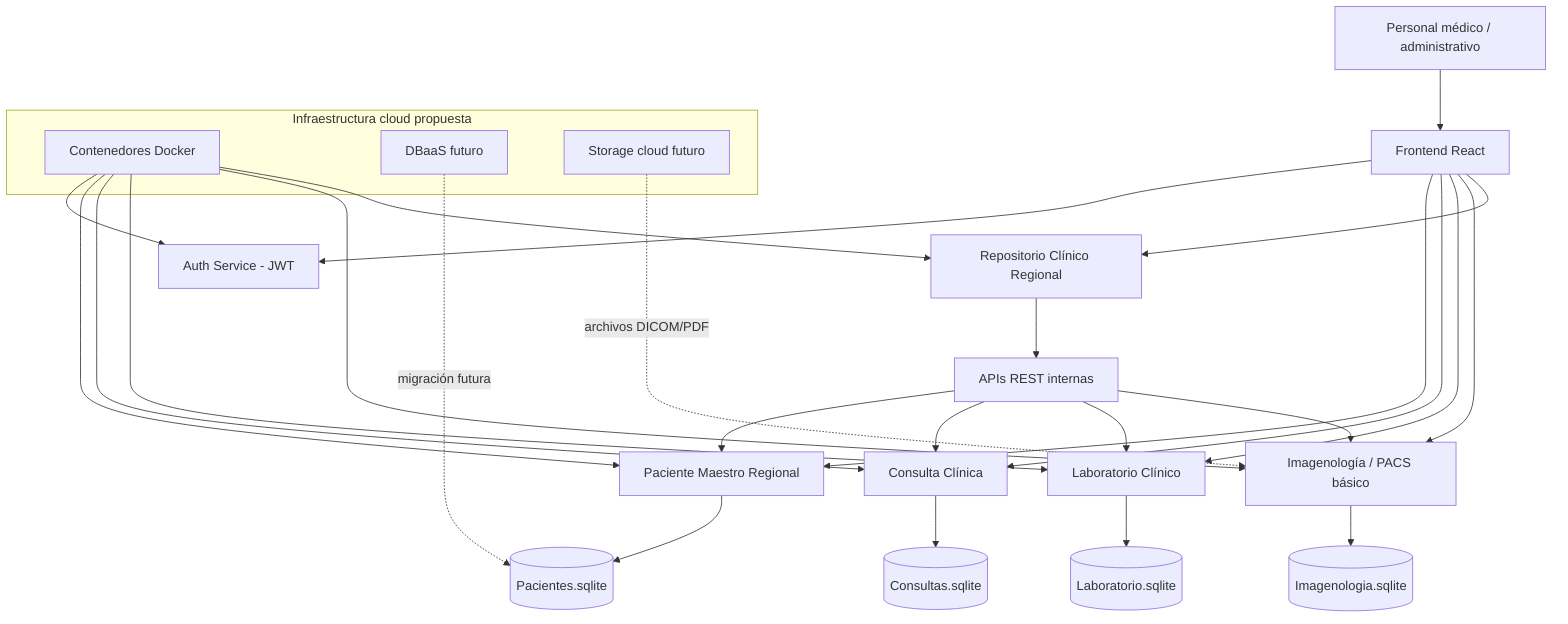
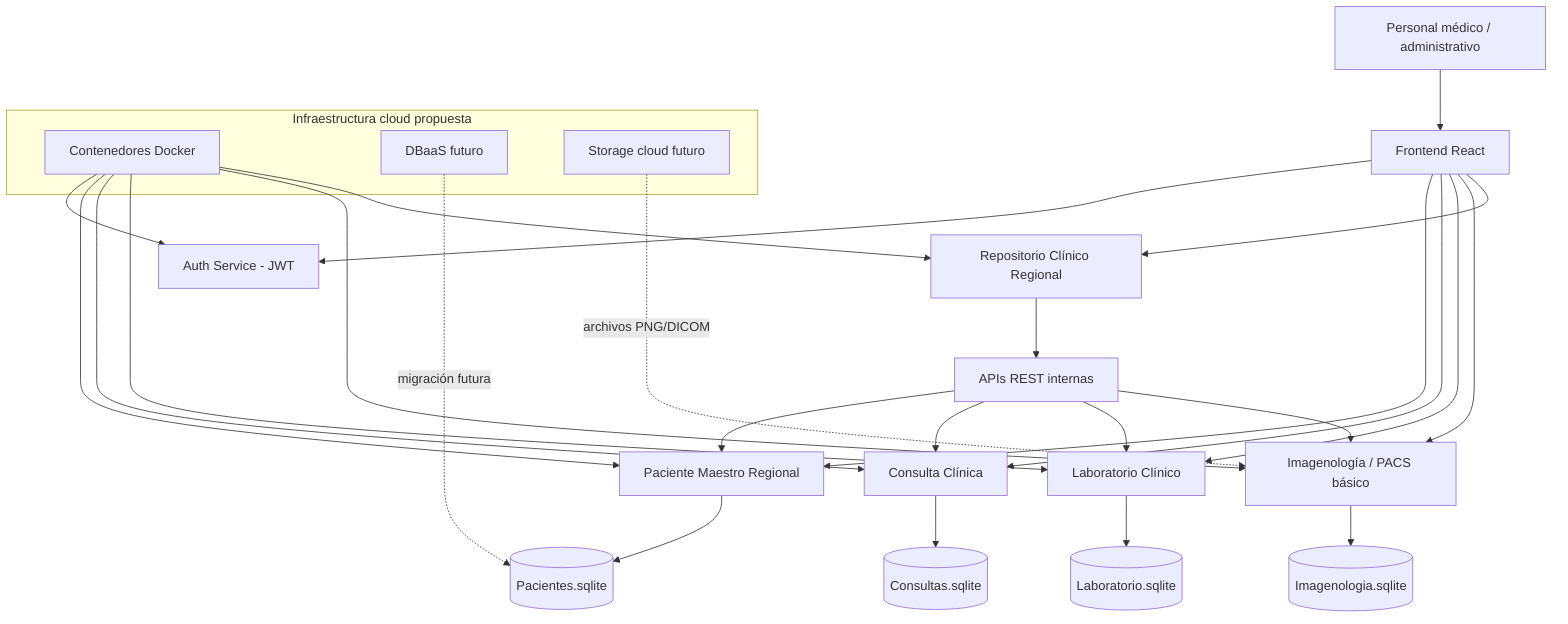
flowchart TB
  Usuario["Personal médico / administrativo"] --> Frontend["Frontend React"]
  Frontend --> Auth["Auth Service - JWT"]
  Frontend --> Paciente["Paciente Maestro Regional"]
  Frontend --> Consulta["Consulta Clínica"]
  Frontend --> Laboratorio["Laboratorio Clínico"]
  Frontend --> Imagenologia["Imagenología / PACS básico"]
  Frontend --> Repositorio["Repositorio Clínico Regional"]

  Paciente --> BasePacientes[("Pacientes.sqlite")]
  Consulta --> BaseConsultas[("Consultas.sqlite")]
  Laboratorio --> BaseLaboratorio[("Laboratorio.sqlite")]
  Imagenologia --> BaseImagenologia[("Imagenologia.sqlite")]
  Repositorio --> APIs["APIs REST internas"]

  APIs --> Paciente
  APIs --> Consulta
  APIs --> Laboratorio
  APIs --> Imagenologia

  subgraph Cloud["Infraestructura cloud propuesta"]
    Docker["Contenedores Docker"]
    DBaaS["DBaaS futuro"]
    Storage["Storage cloud futuro"]
  end

  Docker --> Auth
  Docker --> Paciente
  Docker --> Consulta
  Docker --> Laboratorio
  Docker --> Imagenologia
  Docker --> Repositorio
  DBaaS -. migración futura .-> BasePacientes
-   Storage -. archivos DICOM/PDF .-> Imagenologia
+   Storage -. archivos PNG/DICOM .-> Imagenologia
